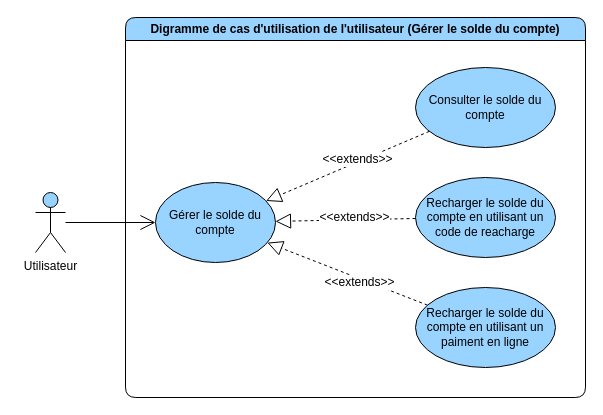
Before: page "gerer le solde du compte" (2 of 4) of diagrams/use-case/utilisateur.drawio in devlotfi/peage-pay, a draw.io diagram. Source tidied: cells renumbered, new cells numbered last; positions are measured from the earlier drawing's top-left corner, leaving out a move shared by most shapes. Both pictures are drawn from the tidied source at 100%, with x=0, y=0 at pixel (35, 17).
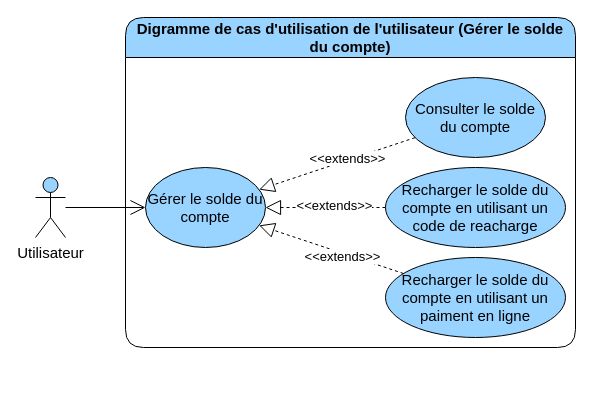
Above is the later version.

What changed in the source:
```diff
@@
 <mxGraphModel>
   <root>
     <mxCell id="0" />
     <mxCell id="1" parent="0" />
-    <mxCell id="2" value="Digramme de cas d'utilisation de l'utilisateur&amp;nbsp;(Gérer le solde du compte)" style="swimlane;whiteSpace=wrap;html=1;rounded=1;fillColor=#99D3FF;" parent="1" vertex="1">
-      <mxGeometry x="90" width="460" height="380" as="geometry" />
+    <mxCell id="2" value="Digramme de cas d'utilisation de l'utilisateur&amp;nbsp;(Gérer le solde du compte)" style="swimlane;whiteSpace=wrap;html=1;rounded=1;fillColor=#99D3FF;fontSize=15;startSize=40;" parent="1" vertex="1">
+      <mxGeometry x="90" width="450" height="330" as="geometry" />
     </mxCell>
-    <mxCell id="3" value="Gérer le solde du compte" style="ellipse;whiteSpace=wrap;html=1;strokeColor=default;align=center;verticalAlign=middle;fontFamily=Helvetica;fontSize=12;fontColor=default;fillColor=#99D3FF;" parent="2" vertex="1">
-      <mxGeometry x="30" y="165" width="120" height="80" as="geometry" />
+    <mxCell id="3" value="Gérer le solde du compte" style="ellipse;whiteSpace=wrap;html=1;strokeColor=default;align=center;verticalAlign=middle;fontFamily=Helvetica;fontSize=15;fontColor=default;fillColor=#99D3FF;" parent="2" vertex="1">
+      <mxGeometry x="20" y="150" width="120" height="80" as="geometry" />
     </mxCell>
-    <mxCell id="4" style="edgeStyle=none;rounded=0;jettySize=auto;html=1;dashed=1;strokeColor=default;align=center;verticalAlign=middle;fontFamily=Helvetica;fontSize=12;fontColor=default;labelBackgroundColor=default;startSize=6;endArrow=block;endFill=0;endSize=13;" parent="2" edge="1" source="6" target="3">
+    <mxCell id="4" style="edgeStyle=none;rounded=0;jettySize=auto;html=1;dashed=1;strokeColor=default;align=center;verticalAlign=middle;fontFamily=Helvetica;fontSize=15;fontColor=default;labelBackgroundColor=default;startSize=6;endArrow=block;endFill=0;endSize=13;" parent="2" edge="1" source="6" target="3">
       <mxGeometry relative="1" as="geometry" />
     </mxCell>
-    <mxCell id="5" value="&amp;lt;&amp;lt;extends&amp;gt;&amp;gt;" style="edgeLabel;html=1;align=center;verticalAlign=middle;strokeColor=default;fontFamily=Helvetica;fontSize=12;fontColor=default;labelBackgroundColor=default;fillColor=#99D3FF;" parent="4" vertex="1">
+    <mxCell id="5" value="&amp;lt;&amp;lt;extends&amp;gt;&amp;gt;" style="edgeLabel;html=1;align=center;verticalAlign=middle;strokeColor=default;fontFamily=Helvetica;fontSize=13;fontColor=default;labelBackgroundColor=default;fillColor=#99D3FF;" parent="4" vertex="1">
       <mxGeometry x="-0.16" y="3" relative="1" as="geometry" />
     </mxCell>
-    <mxCell id="6" value="Recharger le solde du compte en utilisant un paiment en ligne" style="ellipse;whiteSpace=wrap;html=1;strokeColor=default;align=center;verticalAlign=middle;fontFamily=Helvetica;fontSize=12;fontColor=default;fillColor=#99D3FF;" parent="2" vertex="1">
-      <mxGeometry x="290" y="270" width="140" height="80" as="geometry" />
+    <mxCell id="6" value="Recharger le solde du compte en utilisant un paiment en ligne" style="ellipse;whiteSpace=wrap;html=1;strokeColor=default;align=center;verticalAlign=middle;fontFamily=Helvetica;fontSize=15;fontColor=default;fillColor=#99D3FF;" parent="2" vertex="1">
+      <mxGeometry x="260" y="240" width="180" height="80" as="geometry" />
     </mxCell>
-    <mxCell id="7" style="edgeStyle=none;rounded=0;jettySize=auto;html=1;dashed=1;strokeColor=default;align=center;verticalAlign=middle;fontFamily=Helvetica;fontSize=12;fontColor=default;labelBackgroundColor=default;startSize=6;endArrow=block;endFill=0;endSize=13;" parent="2" edge="1" source="9" target="3">
+    <mxCell id="7" style="edgeStyle=none;rounded=0;jettySize=auto;html=1;dashed=1;strokeColor=default;align=center;verticalAlign=middle;fontFamily=Helvetica;fontSize=15;fontColor=default;labelBackgroundColor=default;startSize=6;endArrow=block;endFill=0;endSize=13;" parent="2" edge="1" source="9" target="3">
       <mxGeometry relative="1" as="geometry" />
     </mxCell>
-    <mxCell id="8" value="&amp;lt;&amp;lt;extends&amp;gt;&amp;gt;" style="edgeLabel;html=1;align=center;verticalAlign=middle;strokeColor=default;fontFamily=Helvetica;fontSize=12;fontColor=default;labelBackgroundColor=default;fillColor=#99D3FF;" parent="7" vertex="1">
+    <mxCell id="8" value="&amp;lt;&amp;lt;extends&amp;gt;&amp;gt;" style="edgeLabel;html=1;align=center;verticalAlign=middle;strokeColor=default;fontFamily=Helvetica;fontSize=13;fontColor=default;labelBackgroundColor=default;fillColor=#99D3FF;" parent="7" vertex="1">
       <mxGeometry x="-0.12" y="-3" relative="1" as="geometry">
         <mxPoint x="1" as="offset" />
       </mxGeometry>
     </mxCell>
-    <mxCell id="9" value="Consulter le solde du compte" style="ellipse;whiteSpace=wrap;html=1;strokeColor=default;align=center;verticalAlign=middle;fontFamily=Helvetica;fontSize=12;fontColor=default;fillColor=#99D3FF;" parent="2" vertex="1">
-      <mxGeometry x="290" y="50" width="140" height="80" as="geometry" />
+    <mxCell id="9" value="Consulter le solde du compte" style="ellipse;whiteSpace=wrap;html=1;strokeColor=default;align=center;verticalAlign=middle;fontFamily=Helvetica;fontSize=15;fontColor=default;fillColor=#99D3FF;" parent="2" vertex="1">
+      <mxGeometry x="280" y="60" width="140" height="80" as="geometry" />
     </mxCell>
-    <mxCell id="10" value="Recharger le solde du compte en utilisant un code de reacharge" style="ellipse;whiteSpace=wrap;html=1;strokeColor=default;align=center;verticalAlign=middle;fontFamily=Helvetica;fontSize=12;fontColor=default;fillColor=#99D3FF;" parent="2" vertex="1">
-      <mxGeometry x="290" y="160" width="140" height="80" as="geometry" />
+    <mxCell id="10" value="Recharger le solde du compte en utilisant un code de reacharge" style="ellipse;whiteSpace=wrap;html=1;strokeColor=default;align=center;verticalAlign=middle;fontFamily=Helvetica;fontSize=15;fontColor=default;fillColor=#99D3FF;" parent="2" vertex="1">
+      <mxGeometry x="260" y="150" width="180" height="80" as="geometry" />
     </mxCell>
-    <mxCell id="11" style="edgeStyle=none;rounded=0;jettySize=auto;html=1;dashed=1;strokeColor=default;align=center;verticalAlign=middle;fontFamily=Helvetica;fontSize=12;fontColor=default;labelBackgroundColor=default;startSize=6;endArrow=block;endFill=0;endSize=13;" parent="2" edge="1" source="10" target="3">
+    <mxCell id="11" style="edgeStyle=none;rounded=0;jettySize=auto;html=1;dashed=1;strokeColor=default;align=center;verticalAlign=middle;fontFamily=Helvetica;fontSize=15;fontColor=default;labelBackgroundColor=default;startSize=6;endArrow=block;endFill=0;endSize=13;" parent="2" edge="1" source="10" target="3">
       <mxGeometry relative="1" as="geometry" />
     </mxCell>
-    <mxCell id="12" value="&amp;lt;&amp;lt;extends&amp;gt;&amp;gt;" style="edgeLabel;html=1;align=center;verticalAlign=middle;strokeColor=default;fontFamily=Helvetica;fontSize=12;fontColor=default;labelBackgroundColor=default;fillColor=#99D3FF;" parent="11" vertex="1">
+    <mxCell id="12" value="&amp;lt;&amp;lt;extends&amp;gt;&amp;gt;" style="edgeLabel;html=1;align=center;verticalAlign=middle;strokeColor=default;fontFamily=Helvetica;fontSize=13;fontColor=default;labelBackgroundColor=default;fillColor=#99D3FF;" parent="11" vertex="1">
       <mxGeometry x="-0.12" y="-3" relative="1" as="geometry">
         <mxPoint x="1" as="offset" />
       </mxGeometry>
     </mxCell>
-    <mxCell id="13" style="rounded=0;jettySize=auto;html=1;fontFamily=Helvetica;fontSize=12;fontColor=default;endArrow=open;endFill=0;startSize=6;endSize=13;" parent="1" edge="1" source="14" target="3">
+    <mxCell id="13" style="rounded=0;jettySize=auto;html=1;fontFamily=Helvetica;fontSize=15;fontColor=default;endArrow=open;endFill=0;startSize=6;endSize=13;" parent="1" edge="1" source="14" target="3">
       <mxGeometry relative="1" as="geometry" />
     </mxCell>
-    <mxCell id="14" value="Utilisateur" style="shape=umlActor;verticalLabelPosition=bottom;verticalAlign=top;html=1;outlineConnect=0;strokeColor=default;align=center;fontFamily=Helvetica;fontSize=12;fontColor=default;fillColor=#99D3FF;" parent="1" vertex="1">
-      <mxGeometry y="175" width="30" height="60" as="geometry" />
+    <mxCell id="14" value="Utilisateur" style="shape=umlActor;verticalLabelPosition=bottom;verticalAlign=top;html=1;outlineConnect=0;strokeColor=default;align=center;fontFamily=Helvetica;fontSize=15;fontColor=default;fillColor=#99D3FF;" parent="1" vertex="1">
+      <mxGeometry y="160" width="30" height="60" as="geometry" />
     </mxCell>
   </root>
 </mxGraphModel>
```
